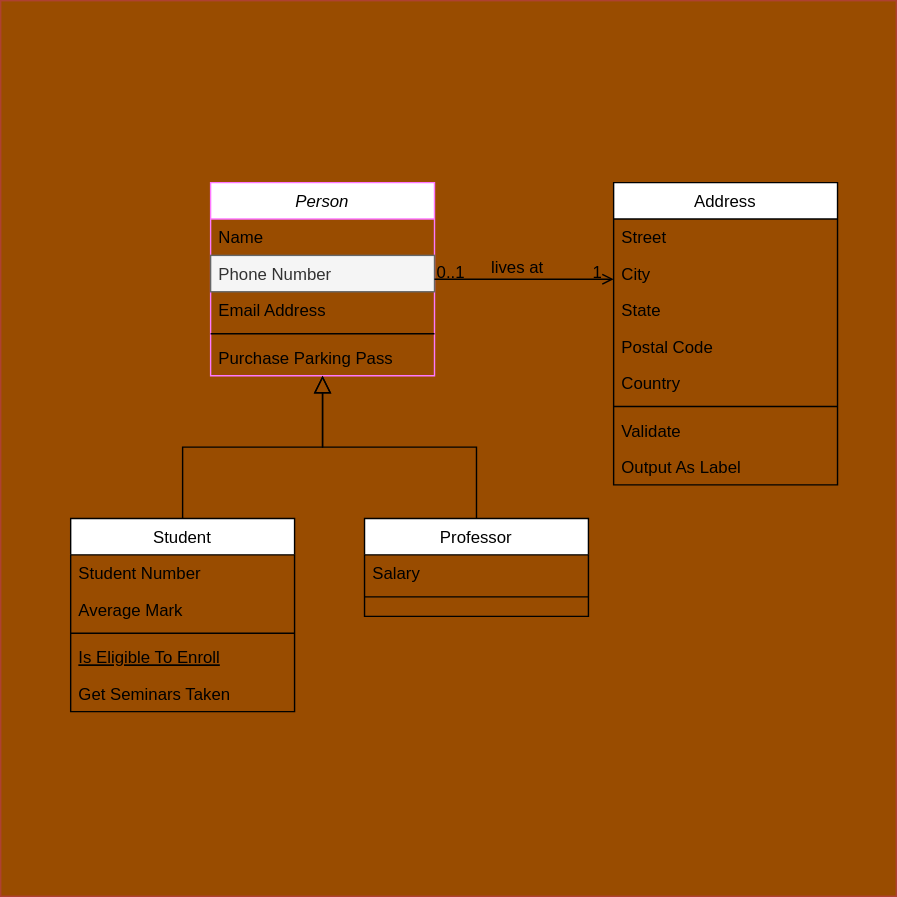
The draw.io diagram Diagrama.drawio.svg in min-swep-r/kodes, before a commit. Source tidied: cells renumbered, new cells last; positions are measured from the earlier drawing's top-left corner, leaving out a move shared by most shapes.
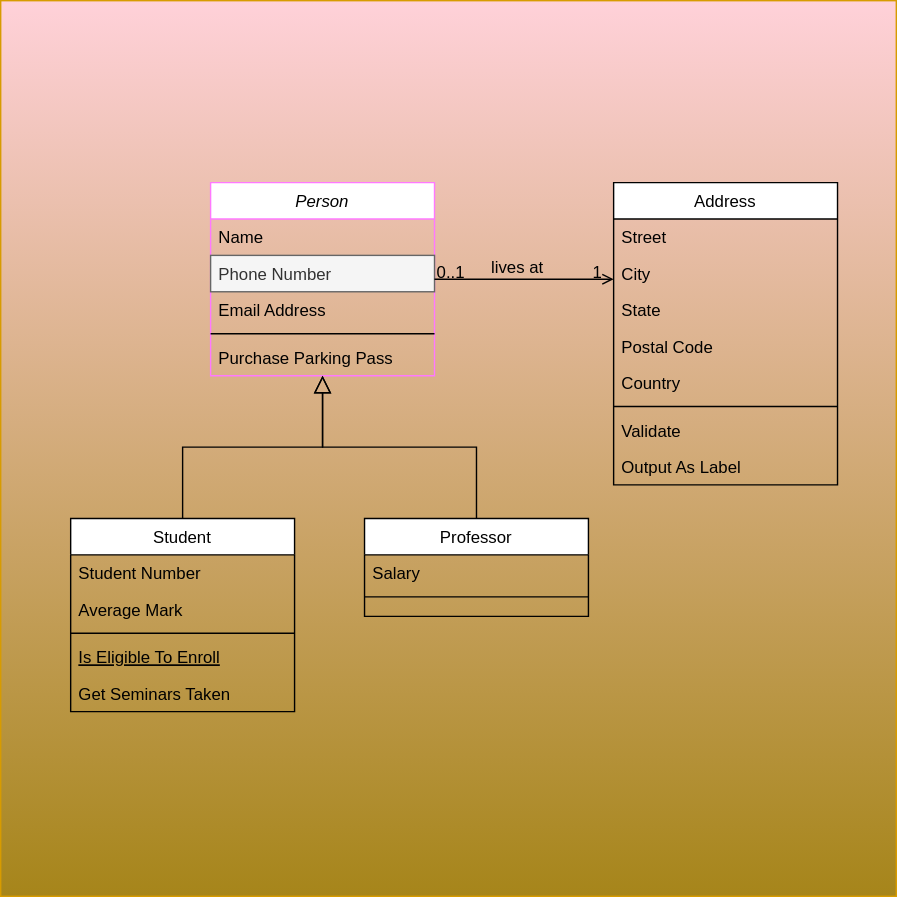
After the change.

The edit, as a diff of the source:
```diff
@@ -2,7 +2,7 @@
   <root>
     <mxCell id="0" />
     <mxCell id="1" parent="0" />
-    <mxCell id="2" style="whiteSpace=wrap;html=1;fillColor=#994C00;strokeColor=#ae4132;" parent="1" vertex="1">
+    <mxCell id="2" style="whiteSpace=wrap;html=1;fillColor=#A6851A;gradientColor=#FFD1D9;strokeColor=#d79b00;gradientDirection=north;" parent="1" vertex="1">
       <mxGeometry width="640" height="640" as="geometry" />
     </mxCell>
     <mxCell id="3" value="Person" style="swimlane;fontStyle=2;align=center;verticalAlign=top;horizontal=1;startSize=26;rounded=0;shadow=0;strokeWidth=1;strokeColor=#FF78FF;" parent="1" vertex="1">
```
